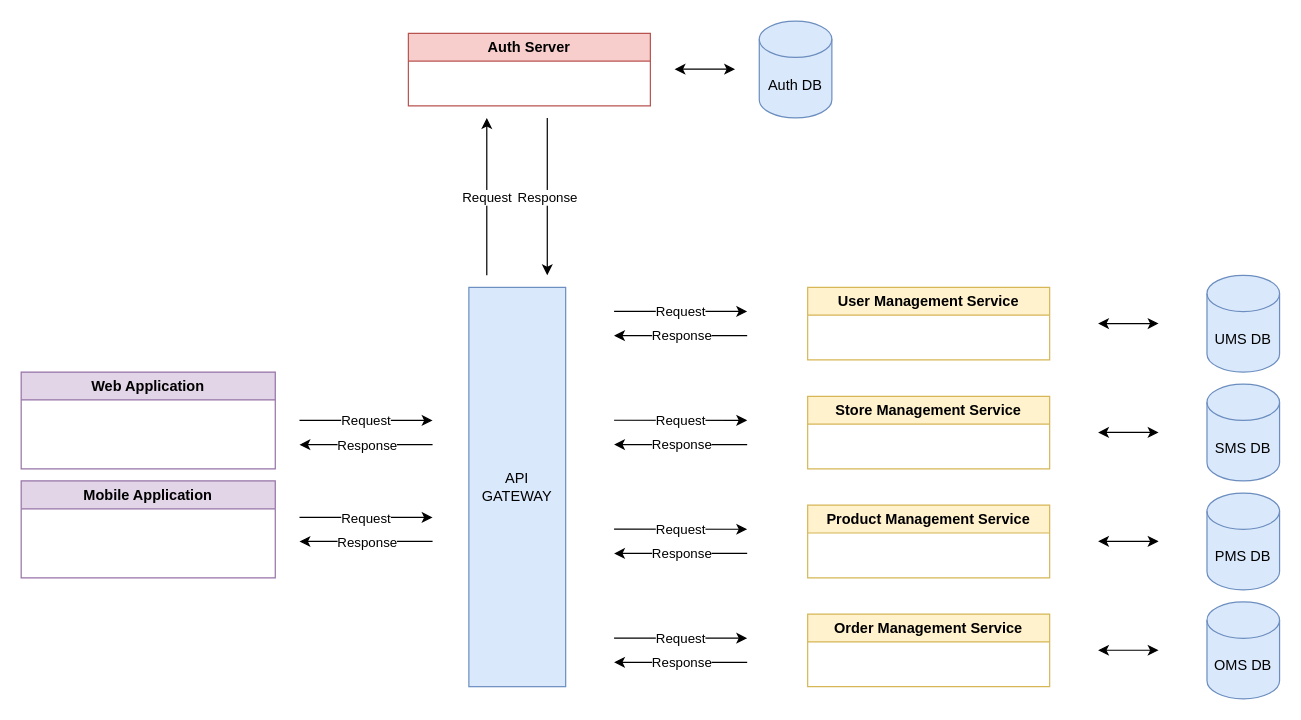
Before: marketplace-diagram/MarketplaceApplication.drawio in AlibekAltynbek/draw.io, a draw.io diagram. Source tidied: cells renumbered, new cells numbered last; positions are measured from the earlier drawing's top-left corner, leaving out a move shared by most shapes. Both pictures are drawn from the tidied source at 121%, with x=0, y=0 at pixel (21, 21).
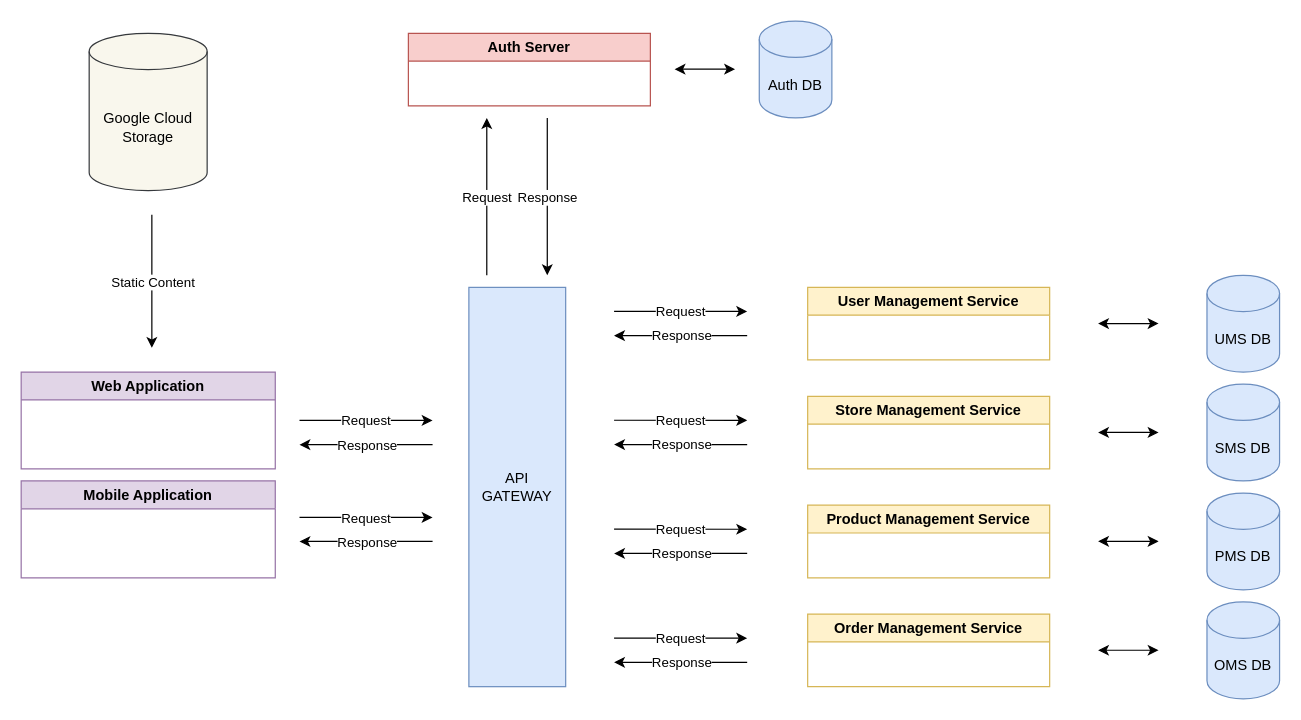
The same diagram, later.

The edit, as a diff of the source:
```diff
@@
+    <mxCell id="48" value="Google Cloud Storage" style="shape=cylinder3;whiteSpace=wrap;html=1;boundedLbl=1;backgroundOutline=1;size=15;fillColor=#f9f7ed;strokeColor=#36393d;" parent="1" vertex="1">
+      <mxGeometry x="56.2" y="10" width="97.5" height="130" as="geometry" />
+    </mxCell>
+    <mxCell id="49" style="endArrow=classic;html=1;rounded=0;" parent="1" edge="1">
+      <mxGeometry relative="1" as="geometry">
+        <mxPoint x="108" y="160" as="sourcePoint" />
+        <mxPoint x="108" y="270" as="targetPoint" />
+      </mxGeometry>
+    </mxCell>
+    <mxCell id="50" value="Static Content" style="edgeLabel;html=1;align=center;verticalAlign=middle;" parent="49" vertex="1">
+      <mxGeometry relative="1" as="geometry" />
+    </mxCell>
```
